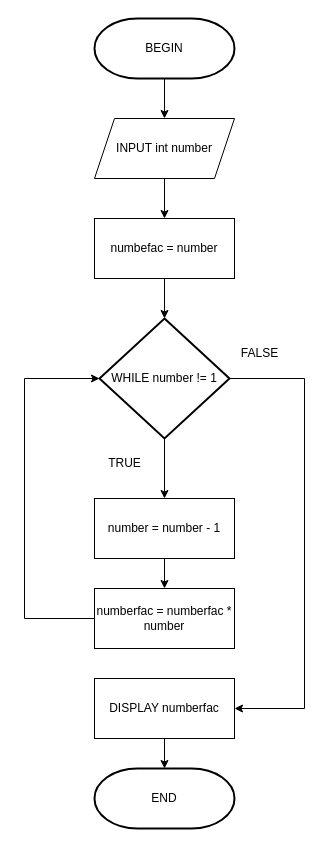
This is Unit-1-Work/Slide-Activities/SlideActivity2.drawio from NettleL/AImino, a draw.io file, before an edit. Source tidied: cells renumbered, new cells numbered last; positions are measured from the earlier drawing's top-left corner, leaving out a move shared by most shapes. Both pictures are drawn from the tidied source at 100%, with x=0, y=0 at pixel (24, 18).
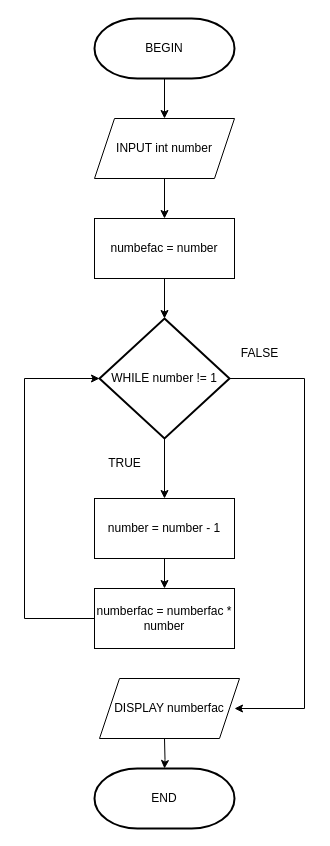
Above is the later version.

Commit message:
Update SlideActivity2 Flowchart

The change refers to these unchanged cells:
```xml
<mxCell id="9" value="WHILE number != 1" style="strokeWidth=2;html=1;shape=mxgraph.flowchart.decision;whiteSpace=wrap;rounded=0;" parent="1" vertex="1">
  <mxGeometry x="75" y="300" width="130" height="120" as="geometry" />
</mxCell>
<mxCell id="15" value="END" style="strokeWidth=2;html=1;shape=mxgraph.flowchart.terminator;whiteSpace=wrap;rounded=0;" parent="1" vertex="1">
  <mxGeometry x="70" y="750" width="140" height="60" as="geometry" />
</mxCell>
```

Change to the diagram source:
```diff
@@
-    <mxCell id="8" style="edgeStyle=orthogonalEdgeStyle;rounded=0;jettySize=auto;html=1;exitX=1;exitY=0.5;exitDx=0;exitDy=0;exitPerimeter=0;entryX=1;entryY=0.5;entryDx=0;entryDy=0;" parent="1" edge="1" source="9" target="14">
+    <mxCell id="8" style="edgeStyle=orthogonalEdgeStyle;rounded=0;jettySize=auto;html=1;exitX=1;exitY=0.5;exitDx=0;exitDy=0;exitPerimeter=0;entryX=1;entryY=0.5;entryDx=0;entryDy=0;" parent="1" edge="1" source="9">
       <mxGeometry relative="1" as="geometry">
+        <mxPoint x="210" y="690" as="targetPoint" />
         <Array as="points">
           <mxPoint x="280" y="360" />
           <mxPoint x="280" y="690" />
         </Array>
       </mxGeometry>
     </mxCell>
@@
-    <mxCell id="13" style="edgeStyle=orthogonalEdgeStyle;rounded=0;jettySize=auto;html=1;exitX=0.5;exitY=1;exitDx=0;exitDy=0;" parent="1" edge="1" source="14" target="15">
-      <mxGeometry relative="1" as="geometry" />
+    <mxCell id="13" style="edgeStyle=orthogonalEdgeStyle;rounded=0;jettySize=auto;html=1;exitX=0.5;exitY=1;exitDx=0;exitDy=0;" parent="1" edge="1" target="15">
+      <mxGeometry relative="1" as="geometry">
+        <mxPoint x="140" y="720" as="sourcePoint" />
+      </mxGeometry>
     </mxCell>
-    <mxCell id="14" value="DISPLAY numberfac" style="rounded=0;whiteSpace=wrap;html=1;" parent="1" vertex="1">
-      <mxGeometry x="70" y="660" width="140" height="60" as="geometry" />
-    </mxCell>
@@
+    <mxCell id="14" value="DISPLAY numberfac" style="shape=parallelogram;perimeter=parallelogramPerimeter;whiteSpace=wrap;html=1;fixedSize=1;rounded=0;" parent="1" vertex="1">
+      <mxGeometry x="75" y="660" width="140" height="60" as="geometry" />
+    </mxCell>
```
